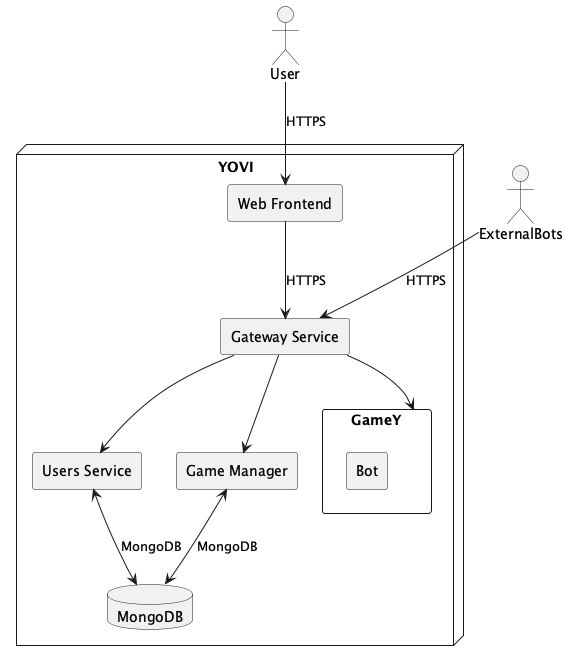
Above: images/Technical context.png in Arquisoft/yovi_en3a (PlantUML), before the change.
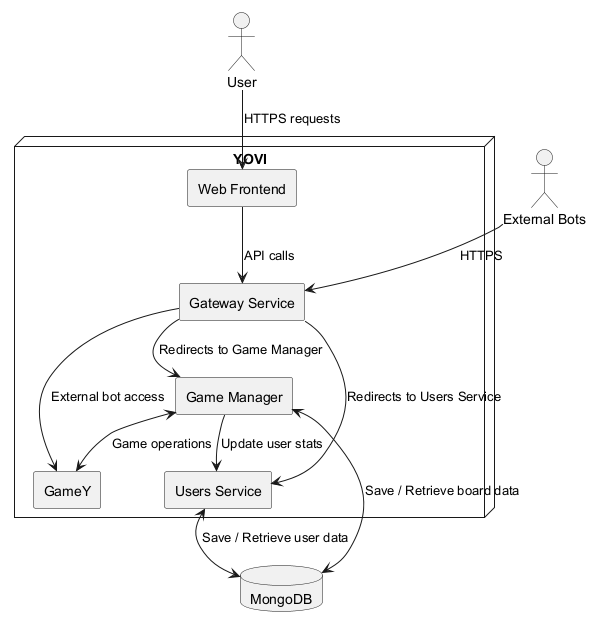
The same file after the commit.

Diff of the diagram source:
```diff
@@ -1,33 +1,26 @@
 @startuml
+skinparam linetype ortho
+
 actor User
-actor ExternalBots as Bots
+actor "External Bots" as Bots
+database "MongoDB" as DB
 
 node "YOVI" {
-
     rectangle "Web Frontend" as Frontend
-
-    rectangle "Gateway Service" as API
-
+    rectangle "Gateway Service" as Gateway
     rectangle "Users Service" as Service
-
-    rectangle "GameY" as Game {
-        rectangle "Bot"
-    }
-
     rectangle "Game Manager" as Manager
-
-    database "MongoDB" as DB
+    rectangle "GameY" as Game
 }
 
-User --> Frontend : HTTPS
-Bots --> API : HTTPS
-
-Frontend --> API : HTTPS
-
-API --> Service
-API --> Manager
-API --> Game
-
-Service <--> DB : MongoDB
-Manager <--> DB : MongoDB
+User --> Frontend : HTTPS requests
+Frontend --> Gateway : API calls
+Gateway --> Service : Redirects to Users Service
+Gateway --> Manager : Redirects to Game Manager
+Gateway --> Game : External bot access
+Bots --> Gateway : HTTPS
+Service <--> DB : Save / Retrieve user data
+Manager <--> DB : Save / Retrieve board data
+Manager <--> Game : Game operations
+Manager --> Service : Update user stats
 @enduml
```
